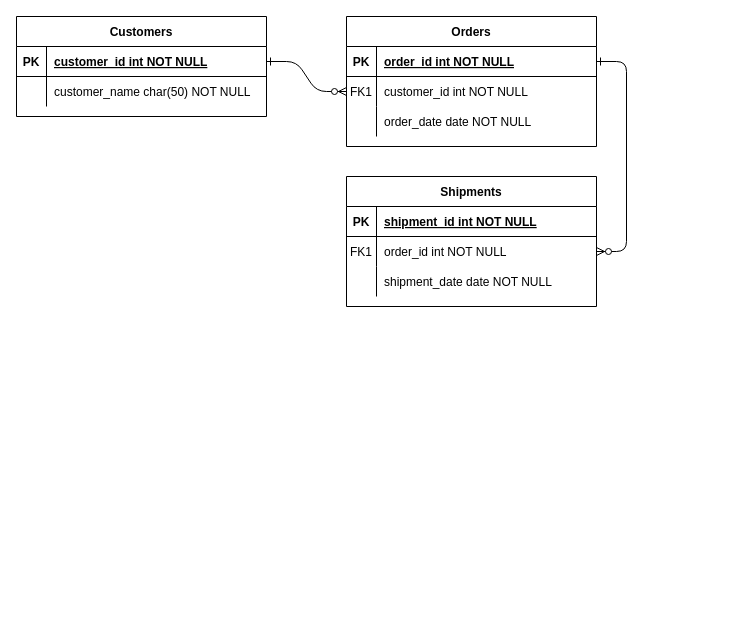
opeyemi-jonah/Employee-onboarding-app keeps this draw.io diagram as Untitled Diagram.drawio. Above is the earlier version. Source tidied: cells renumbered, new cells numbered last; positions are measured from the earlier drawing's top-left corner, leaving out a move shared by most shapes. Both pictures are drawn from the tidied source at 100%, with x=0, y=0 at pixel (16, 16).
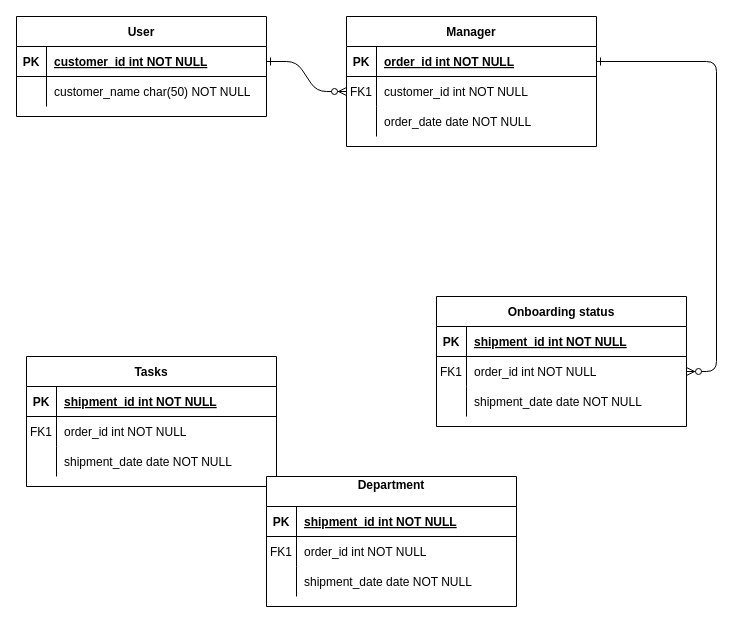
The same diagram, later.

Diff of the diagram source:
```diff
@@
-    <mxCell id="4" value="Orders" style="shape=table;startSize=30;childLayout=tableLayout;rowLines=0;fontStyle=1;align=center;" parent="1" vertex="1">
+    <mxCell id="4" value="Manager" style="shape=table;startSize=30;childLayout=tableLayout;rowLines=0;fontStyle=1;align=center;" parent="1" vertex="1">
       <mxGeometry x="330" width="250" height="130" as="geometry" />
     </mxCell>
@@
-    <mxCell id="14" value="Shipments" style="shape=table;startSize=30;childLayout=tableLayout;rowLines=0;fontStyle=1;align=center;" parent="1" vertex="1">
-      <mxGeometry x="330" y="160" width="250" height="130" as="geometry" />
+    <mxCell id="14" value="Onboarding status" style="shape=table;startSize=30;childLayout=tableLayout;rowLines=0;fontStyle=1;align=center;" parent="1" vertex="1">
+      <mxGeometry x="420" y="280" width="250" height="130" as="geometry" />
     </mxCell>
@@
-    <mxCell id="24" value="Customers" style="shape=table;startSize=30;childLayout=tableLayout;rowLines=0;fontStyle=1;align=center;" parent="1" vertex="1">
+    <mxCell id="24" value="User" style="shape=table;startSize=30;childLayout=tableLayout;rowLines=0;fontStyle=1;align=center;" parent="1" vertex="1">
       <mxGeometry width="250" height="100" as="geometry" />
     </mxCell>
@@
+    <mxCell id="31" value="Tasks" style="shape=table;startSize=30;childLayout=tableLayout;rowLines=0;fontStyle=1;align=center;" parent="1" vertex="1">
+      <mxGeometry x="10" y="340" width="250" height="130" as="geometry" />
+    </mxCell>
+    <mxCell id="32" style="shape=partialRectangle;fillColor=none;top=0;left=0;right=0;bottom=1;" parent="31" vertex="1">
+      <mxGeometry y="30" width="250" height="30" as="geometry" />
+    </mxCell>
+    <mxCell id="33" value="PK" style="shape=partialRectangle;overflow=hidden;fillColor=none;top=0;left=0;bottom=0;right=0;fontStyle=1;" parent="32" vertex="1">
+      <mxGeometry width="30" height="30" as="geometry" />
+    </mxCell>
+    <mxCell id="34" value="shipment_id int NOT NULL " style="shape=partialRectangle;overflow=hidden;fillColor=none;top=0;left=0;bottom=0;right=0;align=left;spacingLeft=6;fontStyle=5;" parent="32" vertex="1">
+      <mxGeometry x="30" width="220" height="30" as="geometry" />
+    </mxCell>
+    <mxCell id="35" style="shape=partialRectangle;fillColor=none;top=0;left=0;right=0;bottom=0;" parent="31" vertex="1">
+      <mxGeometry y="60" width="250" height="30" as="geometry" />
+    </mxCell>
+    <mxCell id="36" value="FK1" style="shape=partialRectangle;overflow=hidden;fillColor=none;top=0;left=0;bottom=0;right=0;" parent="35" vertex="1">
+      <mxGeometry width="30" height="30" as="geometry" />
+    </mxCell>
+    <mxCell id="37" value="order_id int NOT NULL" style="shape=partialRectangle;overflow=hidden;fillColor=none;top=0;left=0;bottom=0;right=0;align=left;spacingLeft=6;" parent="35" vertex="1">
+      <mxGeometry x="30" width="220" height="30" as="geometry" />
+    </mxCell>
+    <mxCell id="38" style="shape=partialRectangle;fillColor=none;top=0;left=0;right=0;bottom=0;" parent="31" vertex="1">
+      <mxGeometry y="90" width="250" height="30" as="geometry" />
+    </mxCell>
+    <mxCell id="39" style="shape=partialRectangle;overflow=hidden;fillColor=none;top=0;left=0;bottom=0;right=0;" parent="38" vertex="1">
+      <mxGeometry width="30" height="30" as="geometry" />
+    </mxCell>
+    <mxCell id="40" value="shipment_date date NOT NULL" style="shape=partialRectangle;overflow=hidden;fillColor=none;top=0;left=0;bottom=0;right=0;align=left;spacingLeft=6;" parent="38" vertex="1">
+      <mxGeometry x="30" width="220" height="30" as="geometry" />
+    </mxCell>
+    <mxCell id="41" value="Department&#10;" style="shape=table;startSize=30;childLayout=tableLayout;rowLines=0;fontStyle=1;align=center;" parent="1" vertex="1">
+      <mxGeometry x="250" y="460" width="250" height="130" as="geometry" />
+    </mxCell>
+    <mxCell id="42" style="shape=partialRectangle;fillColor=none;top=0;left=0;right=0;bottom=1;" parent="41" vertex="1">
+      <mxGeometry y="30" width="250" height="30" as="geometry" />
+    </mxCell>
+    <mxCell id="43" value="PK" style="shape=partialRectangle;overflow=hidden;fillColor=none;top=0;left=0;bottom=0;right=0;fontStyle=1;" parent="42" vertex="1">
+      <mxGeometry width="30" height="30" as="geometry" />
+    </mxCell>
+    <mxCell id="44" value="shipment_id int NOT NULL " style="shape=partialRectangle;overflow=hidden;fillColor=none;top=0;left=0;bottom=0;right=0;align=left;spacingLeft=6;fontStyle=5;" parent="42" vertex="1">
+      <mxGeometry x="30" width="220" height="30" as="geometry" />
+    </mxCell>
+    <mxCell id="45" style="shape=partialRectangle;fillColor=none;top=0;left=0;right=0;bottom=0;" parent="41" vertex="1">
+      <mxGeometry y="60" width="250" height="30" as="geometry" />
+    </mxCell>
+    <mxCell id="46" value="FK1" style="shape=partialRectangle;overflow=hidden;fillColor=none;top=0;left=0;bottom=0;right=0;" parent="45" vertex="1">
+      <mxGeometry width="30" height="30" as="geometry" />
+    </mxCell>
+    <mxCell id="47" value="order_id int NOT NULL" style="shape=partialRectangle;overflow=hidden;fillColor=none;top=0;left=0;bottom=0;right=0;align=left;spacingLeft=6;" parent="45" vertex="1">
+      <mxGeometry x="30" width="220" height="30" as="geometry" />
+    </mxCell>
+    <mxCell id="48" style="shape=partialRectangle;fillColor=none;top=0;left=0;right=0;bottom=0;" parent="41" vertex="1">
+      <mxGeometry y="90" width="250" height="30" as="geometry" />
+    </mxCell>
+    <mxCell id="49" style="shape=partialRectangle;overflow=hidden;fillColor=none;top=0;left=0;bottom=0;right=0;" parent="48" vertex="1">
+      <mxGeometry width="30" height="30" as="geometry" />
+    </mxCell>
+    <mxCell id="50" value="shipment_date date NOT NULL" style="shape=partialRectangle;overflow=hidden;fillColor=none;top=0;left=0;bottom=0;right=0;align=left;spacingLeft=6;" parent="48" vertex="1">
+      <mxGeometry x="30" width="220" height="30" as="geometry" />
+    </mxCell>
```
